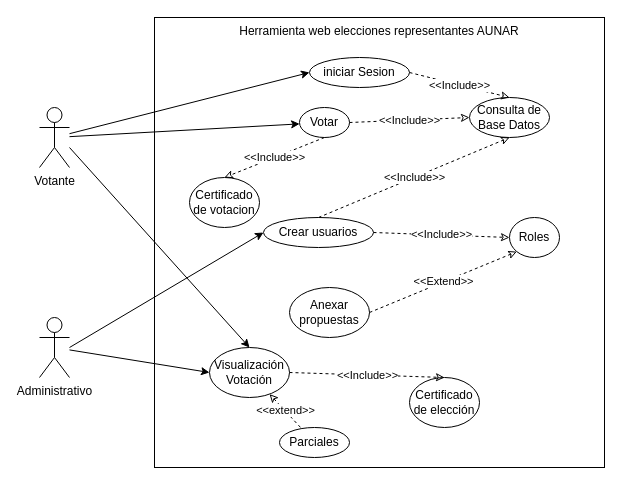
This is Casa de uso MS.drawio from Andres-Nicolas/Diagramas, a draw.io file, before an edit. Source tidied: cells renumbered, new cells numbered last; positions are measured from the earlier drawing's top-left corner, leaving out a move shared by most shapes. Both pictures are drawn from the tidied source at 100%, with x=0, y=0 at pixel (39, 17).
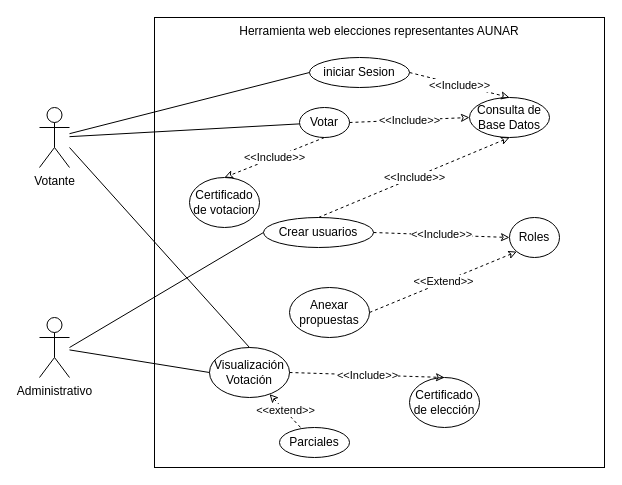
Above is the later version.

Unchanged cells that the change refers to:
```xml
<mxCell id="2" value="Administrativo" style="shape=umlActor;verticalLabelPosition=bottom;verticalAlign=top;html=1;outlineConnect=0;" parent="1" vertex="1">
  <mxGeometry y="300" width="30" height="60" as="geometry" />
</mxCell>
<mxCell id="5" value="Votante" style="shape=umlActor;verticalLabelPosition=bottom;verticalAlign=top;html=1;outlineConnect=0;" parent="1" vertex="1">
  <mxGeometry y="90" width="30" height="60" as="geometry" />
</mxCell>
<mxCell id="6" value="Crear usuarios" style="ellipse;whiteSpace=wrap;html=1;" parent="1" vertex="1">
  <mxGeometry x="224" y="200" width="110" height="30" as="geometry" />
</mxCell>
<mxCell id="7" value="Votar" style="ellipse;whiteSpace=wrap;html=1;" parent="1" vertex="1">
  <mxGeometry x="260" y="90" width="50" height="30" as="geometry" />
</mxCell>
<mxCell id="12" value="iniciar Sesion" style="ellipse;whiteSpace=wrap;html=1;" parent="1" vertex="1">
  <mxGeometry x="270" y="40" width="100" height="30" as="geometry" />
</mxCell>
<mxCell id="19" value="Visualización Votación" style="ellipse;whiteSpace=wrap;html=1;" parent="1" vertex="1">
  <mxGeometry x="170" y="330" width="80" height="50" as="geometry" />
</mxCell>
```

What changed in the source:
```diff
@@
-    <mxCell id="4" style="rounded=0;jettySize=auto;html=1;" parent="1" edge="1" source="5" target="7">
+    <mxCell id="4" style="rounded=0;jettySize=auto;html=1;endArrow=none;endFill=0;" parent="1" edge="1" source="5" target="7">
       <mxGeometry relative="1" as="geometry" />
     </mxCell>
@@
-    <mxCell id="22" style="rounded=0;jettySize=auto;html=1;entryX=0;entryY=0.5;entryDx=0;entryDy=0;" parent="1" edge="1" source="5" target="12">
+    <mxCell id="22" style="rounded=0;jettySize=auto;html=1;entryX=0;entryY=0.5;entryDx=0;entryDy=0;endArrow=none;endFill=0;" parent="1" edge="1" source="5" target="12">
       <mxGeometry relative="1" as="geometry" />
     </mxCell>
-    <mxCell id="23" style="rounded=0;jettySize=auto;html=1;entryX=0.5;entryY=0;entryDx=0;entryDy=0;" parent="1" edge="1" target="19">
+    <mxCell id="23" style="rounded=0;jettySize=auto;html=1;entryX=0.5;entryY=0;entryDx=0;entryDy=0;endArrow=none;endFill=0;" parent="1" edge="1" target="19">
       <mxGeometry relative="1" as="geometry">
         <mxPoint x="30" y="130" as="sourcePoint" />
       </mxGeometry>
     </mxCell>
-    <mxCell id="24" style="rounded=0;jettySize=auto;html=1;entryX=0;entryY=0.5;entryDx=0;entryDy=0;" parent="1" edge="1" target="6">
+    <mxCell id="24" style="rounded=0;jettySize=auto;html=1;entryX=0;entryY=0.5;entryDx=0;entryDy=0;endArrow=none;endFill=0;" parent="1" edge="1" target="6">
       <mxGeometry relative="1" as="geometry">
         <mxPoint x="30" y="330" as="sourcePoint" />
       </mxGeometry>
     </mxCell>
-    <mxCell id="25" style="rounded=0;jettySize=auto;html=1;entryX=0;entryY=0.5;entryDx=0;entryDy=0;" parent="1" edge="1" source="2" target="19">
+    <mxCell id="25" style="rounded=0;jettySize=auto;html=1;entryX=0;entryY=0.5;entryDx=0;entryDy=0;endArrow=none;endFill=0;" parent="1" edge="1" source="2" target="19">
       <mxGeometry relative="1" as="geometry" />
     </mxCell>
```
